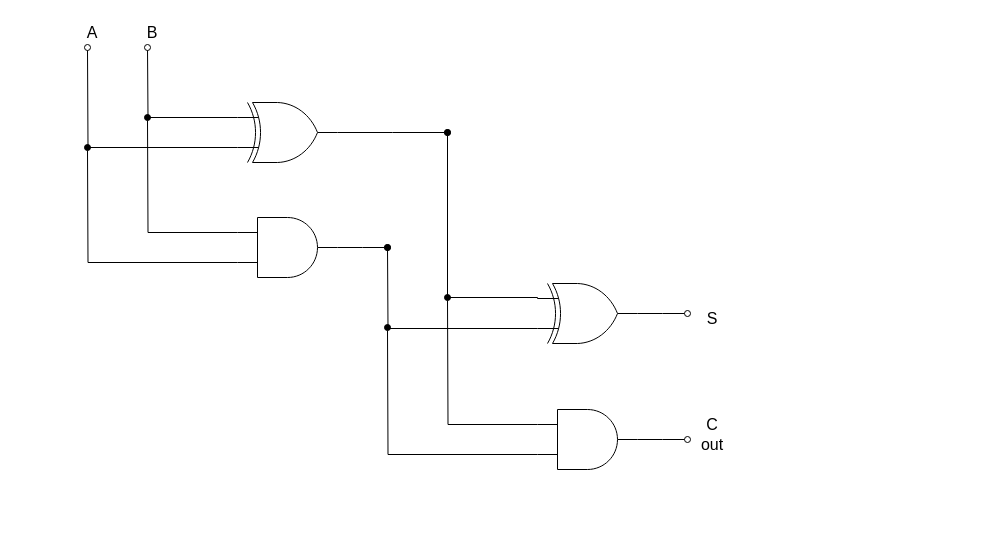
The draw.io diagram page "somador-completo" (2 of 2) of operacoes-portas-logicas.drawio in nobertomaciel/MATAC-Unifacs, before the edit. Source tidied: cells renumbered, new cells numbered last; positions are measured from the earlier drawing's top-left corner, leaving out a move shared by most shapes. Both pictures are drawn from the tidied source at 100%, with x=0, y=0 at pixel (77, 17).
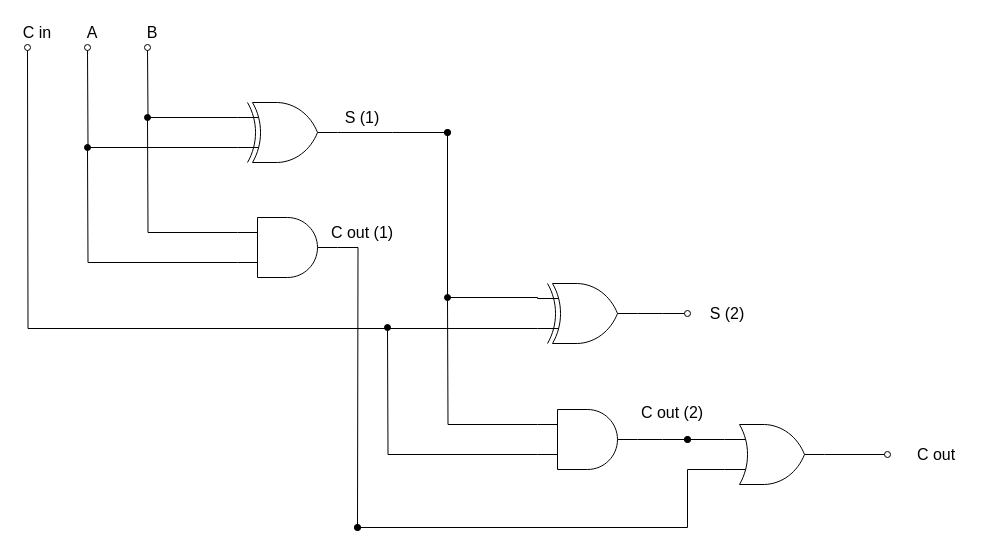
After the change.

The change refers to these unchanged cells:
```xml
<mxCell id="9" style="verticalLabelPosition=bottom;shadow=0;dashed=0;align=center;html=1;verticalAlign=top;shape=mxgraph.electrical.logic_gates.logic_gate;operation=and;" parent="1" vertex="1">
  <mxGeometry x="160" y="200" width="100" height="60" as="geometry" />
</mxCell>
<mxCell id="15" style="verticalLabelPosition=bottom;shadow=0;dashed=0;align=center;html=1;verticalAlign=top;shape=mxgraph.electrical.logic_gates.logic_gate;operation=xor;" parent="1" vertex="1">
  <mxGeometry x="460" y="266" width="100" height="60" as="geometry" />
</mxCell>
```

Diff of the diagram source:
```diff
@@
     <mxCell id="8" style="edgeStyle=orthogonalEdgeStyle;rounded=0;jettySize=auto;html=1;exitX=1;exitY=0.5;exitDx=0;exitDy=0;exitPerimeter=0;endArrow=oval;endFill=0;" parent="1" edge="1" source="9">
       <mxGeometry relative="1" as="geometry">
-        <mxPoint x="310" y="230" as="targetPoint" />
+        <mxPoint x="280" y="510" as="targetPoint" />
       </mxGeometry>
     </mxCell>
@@
-    <mxCell id="13" style="edgeStyle=orthogonalEdgeStyle;rounded=0;jettySize=auto;html=1;exitX=0;exitY=0.75;exitDx=0;exitDy=0;exitPerimeter=0;endArrow=oval;endFill=1;" parent="1" edge="1" source="15">
-      <mxGeometry relative="1" as="geometry">
-        <mxPoint x="310" y="230" as="targetPoint" />
-      </mxGeometry>
-    </mxCell>
@@
+    <mxCell id="22" style="edgeStyle=orthogonalEdgeStyle;rounded=0;jettySize=auto;html=1;exitX=0;exitY=0.75;exitDx=0;exitDy=0;exitPerimeter=0;endArrow=oval;endFill=0;" parent="1" edge="1" source="15">
+      <mxGeometry relative="1" as="geometry">
+        <mxPoint x="-50" y="30" as="targetPoint" />
+      </mxGeometry>
+    </mxCell>
@@
-    <mxCell id="20" value="&lt;font style=&quot;font-size: 16px;&quot;&gt;S&lt;/font&gt;" style="text;html=1;whiteSpace=wrap;strokeColor=none;fillColor=none;align=center;verticalAlign=middle;rounded=0;" parent="1" vertex="1">
-      <mxGeometry x="620" y="286" width="30" height="30" as="geometry" />
+    <mxCell id="20" value="&lt;font style=&quot;font-size: 16px;&quot;&gt;S (2)&lt;/font&gt;" style="text;html=1;whiteSpace=wrap;strokeColor=none;fillColor=none;align=center;verticalAlign=middle;rounded=0;" parent="1" vertex="1">
+      <mxGeometry x="620" y="281" width="60" height="30" as="geometry" />
     </mxCell>
-    <mxCell id="21" value="&lt;font style=&quot;font-size: 16px;&quot;&gt;C out&lt;/font&gt;" style="text;html=1;whiteSpace=wrap;strokeColor=none;fillColor=none;align=center;verticalAlign=middle;rounded=0;" parent="1" vertex="1">
-      <mxGeometry x="620" y="402" width="30" height="30" as="geometry" />
+    <mxCell id="21" value="&lt;font style=&quot;font-size: 16px;&quot;&gt;C out (2)&lt;/font&gt;" style="text;html=1;whiteSpace=wrap;strokeColor=none;fillColor=none;align=center;verticalAlign=middle;rounded=0;" parent="1" vertex="1">
+      <mxGeometry x="550" y="380" width="90" height="30" as="geometry" />
     </mxCell>
+    <mxCell id="23" value="&lt;font style=&quot;font-size: 16px;&quot;&gt;C in&lt;/font&gt;" style="text;html=1;whiteSpace=wrap;strokeColor=none;fillColor=none;align=center;verticalAlign=middle;rounded=0;" parent="1" vertex="1">
+      <mxGeometry x="-60" width="40" height="30" as="geometry" />
+    </mxCell>
+    <mxCell id="24" style="edgeStyle=orthogonalEdgeStyle;rounded=0;jettySize=auto;html=1;exitX=0;exitY=0.25;exitDx=0;exitDy=0;exitPerimeter=0;endArrow=oval;endFill=1;" parent="1" edge="1" source="27">
+      <mxGeometry relative="1" as="geometry">
+        <mxPoint x="610" y="422" as="targetPoint" />
+      </mxGeometry>
+    </mxCell>
+    <mxCell id="25" style="edgeStyle=orthogonalEdgeStyle;rounded=0;jettySize=auto;html=1;exitX=0;exitY=0.75;exitDx=0;exitDy=0;exitPerimeter=0;endArrow=oval;endFill=1;" parent="1" edge="1" source="27">
+      <mxGeometry relative="1" as="geometry">
+        <mxPoint x="280" y="510" as="targetPoint" />
+        <Array as="points">
+          <mxPoint x="610" y="452" />
+          <mxPoint x="610" y="510" />
+        </Array>
+      </mxGeometry>
+    </mxCell>
+    <mxCell id="26" style="edgeStyle=orthogonalEdgeStyle;rounded=0;jettySize=auto;html=1;endArrow=oval;endFill=0;" parent="1" edge="1" source="27">
+      <mxGeometry relative="1" as="geometry">
+        <mxPoint x="810" y="437" as="targetPoint" />
+      </mxGeometry>
+    </mxCell>
+    <mxCell id="27" style="verticalLabelPosition=bottom;shadow=0;dashed=0;align=center;html=1;verticalAlign=top;shape=mxgraph.electrical.logic_gates.logic_gate;operation=or;" parent="1" vertex="1">
+      <mxGeometry x="647" y="407" width="100" height="60" as="geometry" />
+    </mxCell>
+    <mxCell id="28" value="&lt;font style=&quot;font-size: 16px;&quot;&gt;C out (1)&lt;/font&gt;" style="text;html=1;whiteSpace=wrap;strokeColor=none;fillColor=none;align=center;verticalAlign=middle;rounded=0;" parent="1" vertex="1">
+      <mxGeometry x="250" y="200" width="70" height="30" as="geometry" />
+    </mxCell>
+    <mxCell id="29" value="&lt;font style=&quot;font-size: 16px;&quot;&gt;S (1)&lt;/font&gt;" style="text;html=1;whiteSpace=wrap;strokeColor=none;fillColor=none;align=center;verticalAlign=middle;rounded=0;" parent="1" vertex="1">
+      <mxGeometry x="250" y="85" width="70" height="30" as="geometry" />
+    </mxCell>
+    <mxCell id="30" value="&lt;font style=&quot;font-size: 16px;&quot;&gt;C out&lt;/font&gt;" style="text;html=1;whiteSpace=wrap;strokeColor=none;fillColor=none;align=center;verticalAlign=middle;rounded=0;" parent="1" vertex="1">
+      <mxGeometry x="814" y="422" width="90" height="30" as="geometry" />
+    </mxCell>
```
